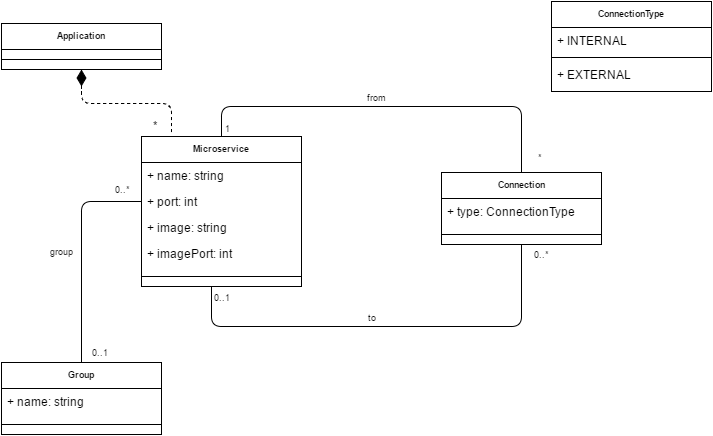
Before: docs/images/metamodel01-microservice-v2.png, a diagram exported from draw.io (dani8art/model-driven-microservices-generator). Source tidied: cells renumbered, new cells last; positions are measured from the earlier drawing's top-left corner, leaving out a move shared by most shapes. Its diagram source:
```xml
<mxGraphModel background="#ffffff">
  <root>
    <mxCell id="0" />
    <mxCell id="1" parent="0" />
    <mxCell id="2" value="Microservice" style="swimlane;html=1;fontStyle=1;align=center;verticalAlign=top;horizontal=1;startSize=26;swimlaneFillColor=#ffffff;fontFamily=Helvetica;fontSize=9;" parent="1" vertex="1">
      <mxGeometry x="140" y="135" width="160" height="150" as="geometry" />
    </mxCell>
    <mxCell id="3" value="+ name: string" style="text;html=1;strokeColor=none;fillColor=none;align=left;verticalAlign=top;spacingLeft=4;spacingRight=4;whiteSpace=wrap;overflow=hidden;" parent="2" vertex="1">
      <mxGeometry y="26" width="160" height="26" as="geometry" />
    </mxCell>
    <mxCell id="4" value="+ port: int" style="text;html=1;strokeColor=none;fillColor=none;align=left;verticalAlign=top;spacingLeft=4;spacingRight=4;whiteSpace=wrap;overflow=hidden;" parent="2" vertex="1">
      <mxGeometry y="52" width="160" height="26" as="geometry" />
    </mxCell>
    <mxCell id="5" value="+ image: string" style="text;html=1;strokeColor=none;fillColor=none;align=left;verticalAlign=top;spacingLeft=4;spacingRight=4;whiteSpace=wrap;overflow=hidden;" parent="2" vertex="1">
      <mxGeometry y="78" width="160" height="26" as="geometry" />
    </mxCell>
    <mxCell id="6" value="+ imagePort: int" style="text;html=1;strokeColor=none;fillColor=none;align=left;verticalAlign=top;spacingLeft=4;spacingRight=4;whiteSpace=wrap;overflow=hidden;" parent="2" vertex="1">
      <mxGeometry y="104" width="160" height="26" as="geometry" />
    </mxCell>
    <mxCell id="7" style="line;html=1;strokeWidth=1;fillColor=none;align=left;verticalAlign=middle;spacingTop=-1;spacingLeft=3;spacingRight=3;labelPosition=right;" parent="2" vertex="1">
      <mxGeometry y="130" width="160" height="20" as="geometry" />
    </mxCell>
    <mxCell id="8" value="+ name: string" style="text;html=1;strokeColor=none;fillColor=none;align=left;verticalAlign=top;spacingLeft=4;spacingRight=4;whiteSpace=wrap;overflow=hidden;points=[[0,0.5],[1,0.5]];portConstraint=eastwest;" parent="1" vertex="1">
      <mxGeometry x="140" y="161" width="160" height="26" as="geometry" />
    </mxCell>
    <mxCell id="9" value="+ port: int" style="text;html=1;strokeColor=none;fillColor=none;align=left;verticalAlign=top;spacingLeft=4;spacingRight=4;whiteSpace=wrap;overflow=hidden;points=[[0,0.5],[1,0.5]];portConstraint=eastwest;" parent="1" vertex="1">
      <mxGeometry x="140" y="187" width="160" height="26" as="geometry" />
    </mxCell>
    <mxCell id="10" value="+ image: string" style="text;html=1;strokeColor=none;fillColor=none;align=left;verticalAlign=top;spacingLeft=4;spacingRight=4;whiteSpace=wrap;overflow=hidden;" parent="1" vertex="1">
      <mxGeometry x="140" y="213" width="160" height="26" as="geometry" />
    </mxCell>
    <mxCell id="11" value="+ imagePort: int" style="text;html=1;strokeColor=none;fillColor=none;align=left;verticalAlign=top;spacingLeft=4;spacingRight=4;whiteSpace=wrap;overflow=hidden;" parent="1" vertex="1">
      <mxGeometry x="140" y="239" width="160" height="26" as="geometry" />
    </mxCell>
    <mxCell id="12" style="line;html=1;strokeWidth=1;fillColor=none;align=left;verticalAlign=middle;spacingTop=-1;spacingLeft=3;spacingRight=3;labelPosition=right;" parent="1" vertex="1">
      <mxGeometry x="140" y="265" width="160" height="20" as="geometry" />
    </mxCell>
    <mxCell id="13" value="Connection" style="swimlane;html=1;fontStyle=1;align=center;verticalAlign=top;horizontal=1;startSize=26;swimlaneFillColor=#ffffff;fontFamily=Helvetica;fontSize=9;" parent="1" vertex="1">
      <mxGeometry x="440" y="171" width="160" height="72" as="geometry" />
    </mxCell>
    <mxCell id="14" value="+ type: ConnectionType" style="text;html=1;strokeColor=none;fillColor=none;align=left;verticalAlign=top;spacingLeft=4;spacingRight=4;whiteSpace=wrap;overflow=hidden;" parent="13" vertex="1">
      <mxGeometry y="26" width="160" height="26" as="geometry" />
    </mxCell>
    <mxCell id="15" style="line;html=1;strokeWidth=1;fillColor=none;align=left;verticalAlign=middle;spacingTop=-1;spacingLeft=3;spacingRight=3;labelPosition=right;" parent="13" vertex="1">
      <mxGeometry y="52" width="160" height="20" as="geometry" />
    </mxCell>
    <mxCell id="16" value="+ type: ConnectionType" style="text;html=1;strokeColor=none;fillColor=none;align=left;verticalAlign=top;spacingLeft=4;spacingRight=4;whiteSpace=wrap;overflow=hidden;points=[[0,0.5],[1,0.5]];portConstraint=eastwest;" parent="1" vertex="1">
      <mxGeometry x="440" y="197" width="160" height="26" as="geometry" />
    </mxCell>
    <mxCell id="17" style="line;html=1;strokeWidth=1;fillColor=none;align=left;verticalAlign=middle;spacingTop=-1;spacingLeft=3;spacingRight=3;labelPosition=right;" parent="1" vertex="1">
      <mxGeometry x="440" y="223" width="160" height="20" as="geometry" />
    </mxCell>
    <mxCell id="18" style="endArrow=none;startArrow=none;endFill=0;startFill=0;html=1;strokeWidth=1;fontFamily=Helvetica;fontSize=9;entryX=0.5;entryY=1;" parent="1" edge="1" target="13">
      <mxGeometry x="280" y="298" as="geometry">
        <mxPoint x="210" y="285" as="sourcePoint" />
        <Array as="points">
          <mxPoint x="210" y="325" />
          <mxPoint x="520" y="325" />
        </Array>
      </mxGeometry>
    </mxCell>
    <mxCell id="19" value="0..*" style="text;html=1;align=center;verticalAlign=middle;labelBackgroundColor=#ffffff;fontSize=9;fontFamily=Helvetica;" parent="18" vertex="1">
      <mxGeometry x="0.94" y="-1" relative="1" as="geometry">
        <mxPoint x="19" y="-4" as="offset" />
      </mxGeometry>
    </mxCell>
    <mxCell id="20" value="0..1" style="text;html=1;align=center;verticalAlign=middle;labelBackgroundColor=#ffffff;fontSize=9;fontFamily=Helvetica;" parent="18" vertex="1">
      <mxGeometry x="-0.95" y="2" relative="1" as="geometry">
        <mxPoint x="8" as="offset" />
      </mxGeometry>
    </mxCell>
    <mxCell id="21" value="to" style="text;html=1;align=center;verticalAlign=middle;labelBackgroundColor=#ffffff;fontSize=9;fontFamily=Helvetica;" parent="18" vertex="1">
      <mxGeometry x="-0.1" y="-2" relative="1" as="geometry">
        <mxPoint x="5" y="-12" as="offset" />
      </mxGeometry>
    </mxCell>
    <mxCell id="22" value="0..*" style="text;html=1;align=center;verticalAlign=middle;labelBackgroundColor=#ffffff;fontSize=9;fontFamily=Helvetica;" parent="1" vertex="1">
      <mxGeometry x="540" y="252" as="geometry">
        <mxPoint x="19" y="-4" as="offset" />
      </mxGeometry>
    </mxCell>
    <mxCell id="23" value="0..1" style="text;html=1;align=center;verticalAlign=middle;labelBackgroundColor=#ffffff;fontSize=9;fontFamily=Helvetica;" parent="1" vertex="1">
      <mxGeometry x="220" y="295" as="geometry">
        <mxPoint x="8" as="offset" />
      </mxGeometry>
    </mxCell>
    <mxCell id="24" value="to" style="text;html=1;align=center;verticalAlign=middle;labelBackgroundColor=#ffffff;fontSize=9;fontFamily=Helvetica;" parent="1" vertex="1">
      <mxGeometry x="370" y="315" as="geometry">
        <mxPoint x="5" y="-12" as="offset" />
      </mxGeometry>
    </mxCell>
    <mxCell id="25" style="endArrow=none;startArrow=none;endFill=0;startFill=0;html=1;strokeWidth=1;fontFamily=Helvetica;fontSize=9;entryX=0.5;entryY=0;exitX=0.5;exitY=0;" parent="1" edge="1" source="2" target="13">
      <mxGeometry x="330" y="350" as="geometry">
        <Array as="points">
          <mxPoint x="220" y="105" />
          <mxPoint x="520" y="105" />
        </Array>
      </mxGeometry>
    </mxCell>
    <mxCell id="26" value="*" style="text;html=1;align=center;verticalAlign=middle;labelBackgroundColor=#ffffff;fontSize=9;fontFamily=Helvetica;" parent="25" vertex="1">
      <mxGeometry x="0.94" y="-1" relative="1" as="geometry">
        <mxPoint x="19" y="-4" as="offset" />
      </mxGeometry>
    </mxCell>
    <mxCell id="27" value="1" style="text;html=1;align=center;verticalAlign=middle;labelBackgroundColor=#ffffff;fontSize=9;fontFamily=Helvetica;" parent="25" vertex="1">
      <mxGeometry x="-0.95" y="2" relative="1" as="geometry">
        <mxPoint x="8" as="offset" />
      </mxGeometry>
    </mxCell>
    <mxCell id="28" value="from" style="text;html=1;align=center;verticalAlign=middle;labelBackgroundColor=#ffffff;fontSize=9;fontFamily=Helvetica;" parent="25" vertex="1">
      <mxGeometry x="-0.1" y="-2" relative="1" as="geometry">
        <mxPoint x="5" y="-12" as="offset" />
      </mxGeometry>
    </mxCell>
    <mxCell id="29" value="*" style="text;html=1;align=center;verticalAlign=middle;labelBackgroundColor=#ffffff;fontSize=9;fontFamily=Helvetica;" parent="1" vertex="1">
      <mxGeometry x="538" y="155" as="geometry">
        <mxPoint x="19" y="-4" as="offset" />
      </mxGeometry>
    </mxCell>
    <mxCell id="30" value="1" style="text;html=1;align=center;verticalAlign=middle;labelBackgroundColor=#ffffff;fontSize=9;fontFamily=Helvetica;" parent="1" vertex="1">
      <mxGeometry x="226" y="126" as="geometry">
        <mxPoint x="8" as="offset" />
      </mxGeometry>
    </mxCell>
    <mxCell id="31" value="from" style="text;html=1;align=center;verticalAlign=middle;labelBackgroundColor=#ffffff;fontSize=9;fontFamily=Helvetica;" parent="1" vertex="1">
      <mxGeometry x="374" y="95" as="geometry">
        <mxPoint x="5" y="-12" as="offset" />
      </mxGeometry>
    </mxCell>
    <mxCell id="32" value="ConnectionType" style="swimlane;html=1;fontStyle=1;align=center;verticalAlign=top;horizontal=1;startSize=26;swimlaneFillColor=#ffffff;fontFamily=Helvetica;fontSize=9;" parent="1" vertex="1">
      <mxGeometry x="550" width="160" height="90" as="geometry" />
    </mxCell>
    <mxCell id="33" value="+ INTERNAL" style="text;html=1;strokeColor=none;fillColor=none;align=left;verticalAlign=top;spacingLeft=4;spacingRight=4;whiteSpace=wrap;overflow=hidden;" parent="32" vertex="1">
      <mxGeometry y="26" width="160" height="26" as="geometry" />
    </mxCell>
    <mxCell id="34" style="line;html=1;strokeWidth=1;fillColor=none;align=left;verticalAlign=middle;spacingTop=-1;spacingLeft=3;spacingRight=3;labelPosition=right;" parent="32" vertex="1">
      <mxGeometry y="52" width="160" height="8" as="geometry" />
    </mxCell>
    <mxCell id="35" value="+ EXTERNAL" style="text;html=1;strokeColor=none;fillColor=none;align=left;verticalAlign=top;spacingLeft=4;spacingRight=4;whiteSpace=wrap;overflow=hidden;" parent="32" vertex="1">
      <mxGeometry y="60" width="160" height="26" as="geometry" />
    </mxCell>
    <mxCell id="36" value="+ INTERNAL" style="text;html=1;strokeColor=none;fillColor=none;align=left;verticalAlign=top;spacingLeft=4;spacingRight=4;whiteSpace=wrap;overflow=hidden;" parent="1" vertex="1">
      <mxGeometry x="550" y="26" width="160" height="26" as="geometry" />
    </mxCell>
    <mxCell id="37" style="line;html=1;strokeWidth=1;fillColor=none;align=left;verticalAlign=middle;spacingTop=-1;spacingLeft=3;spacingRight=3;labelPosition=right;" parent="1" vertex="1">
      <mxGeometry x="550" y="52" width="160" height="8" as="geometry" />
    </mxCell>
    <mxCell id="38" value="+ EXTERNAL" style="text;html=1;strokeColor=none;fillColor=none;align=left;verticalAlign=top;spacingLeft=4;spacingRight=4;whiteSpace=wrap;overflow=hidden;" parent="1" vertex="1">
      <mxGeometry x="550" y="60" width="160" height="26" as="geometry" />
    </mxCell>
    <mxCell id="39" value="Application" style="swimlane;html=1;fontStyle=1;align=center;verticalAlign=top;horizontal=1;startSize=26;swimlaneFillColor=#ffffff;fontFamily=Helvetica;fontSize=9;" parent="1" vertex="1">
      <mxGeometry y="22" width="160" height="46" as="geometry" />
    </mxCell>
    <mxCell id="40" style="line;html=1;strokeWidth=1;fillColor=none;align=left;verticalAlign=middle;spacingTop=-1;spacingLeft=3;spacingRight=3;labelPosition=right;" parent="39" vertex="1">
      <mxGeometry y="26" width="160" height="20" as="geometry" />
    </mxCell>
    <mxCell id="41" style="line;html=1;strokeWidth=1;fillColor=none;align=left;verticalAlign=middle;spacingTop=-1;spacingLeft=3;spacingRight=3;labelPosition=right;" parent="1" vertex="1">
      <mxGeometry y="48" width="160" height="20" as="geometry" />
    </mxCell>
    <mxCell id="42" value="*" style="endArrow=none;html=1;endSize=12;startArrow=diamondThin;startSize=14;startFill=1;edgeStyle=orthogonalEdgeStyle;align=left;verticalAlign=bottom;dashed=1;exitX=0.5;exitY=1;endFill=0;" parent="1" edge="1" source="39">
      <mxGeometry x="150" y="123" as="geometry">
        <mxPoint x="170" y="132" as="targetPoint" />
        <Array as="points">
          <mxPoint x="80" y="102" />
          <mxPoint x="170" y="102" />
        </Array>
      </mxGeometry>
    </mxCell>
    <mxCell id="43" value="Group" style="swimlane;html=1;fontStyle=1;align=center;verticalAlign=top;horizontal=1;startSize=26;swimlaneFillColor=#ffffff;fontFamily=Helvetica;fontSize=9;" parent="1" vertex="1">
      <mxGeometry y="361" width="160" height="72" as="geometry" />
    </mxCell>
    <mxCell id="44" value="+ name: string" style="text;html=1;strokeColor=none;fillColor=none;align=left;verticalAlign=top;spacingLeft=4;spacingRight=4;whiteSpace=wrap;overflow=hidden;" parent="43" vertex="1">
      <mxGeometry y="26" width="160" height="26" as="geometry" />
    </mxCell>
    <mxCell id="45" style="line;html=1;strokeWidth=1;fillColor=none;align=left;verticalAlign=middle;spacingTop=-1;spacingLeft=3;spacingRight=3;labelPosition=right;" parent="43" vertex="1">
      <mxGeometry y="52" width="160" height="20" as="geometry" />
    </mxCell>
    <mxCell id="46" value="+ name: string" style="text;html=1;strokeColor=none;fillColor=none;align=left;verticalAlign=top;spacingLeft=4;spacingRight=4;whiteSpace=wrap;overflow=hidden;" parent="1" vertex="1">
      <mxGeometry y="387" width="160" height="26" as="geometry" />
    </mxCell>
    <mxCell id="47" style="line;html=1;strokeWidth=1;fillColor=none;align=left;verticalAlign=middle;spacingTop=-1;spacingLeft=3;spacingRight=3;labelPosition=right;" parent="1" vertex="1">
      <mxGeometry y="413" width="160" height="20" as="geometry" />
    </mxCell>
    <mxCell id="48" style="endArrow=none;startArrow=none;endFill=0;startFill=0;html=1;strokeWidth=1;fontFamily=Helvetica;fontSize=9;entryX=0.5;entryY=0;exitX=0;exitY=0.5;" parent="1" edge="1" source="9" target="43">
      <mxGeometry x="250" y="370" as="geometry">
        <Array as="points">
          <mxPoint x="80" y="200" />
        </Array>
      </mxGeometry>
    </mxCell>
    <mxCell id="49" value="0..1" style="text;html=1;align=center;verticalAlign=middle;labelBackgroundColor=#ffffff;fontSize=9;fontFamily=Helvetica;" parent="48" vertex="1">
      <mxGeometry x="0.94" y="-1" relative="1" as="geometry">
        <mxPoint x="19" y="-4" as="offset" />
      </mxGeometry>
    </mxCell>
    <mxCell id="50" value="0..*" style="text;html=1;align=center;verticalAlign=middle;labelBackgroundColor=#ffffff;fontSize=9;fontFamily=Helvetica;" parent="48" vertex="1">
      <mxGeometry x="-0.95" y="2" relative="1" as="geometry">
        <mxPoint x="-14" y="-15" as="offset" />
      </mxGeometry>
    </mxCell>
    <mxCell id="51" value="group" style="text;html=1;align=center;verticalAlign=middle;labelBackgroundColor=#ffffff;fontSize=9;fontFamily=Helvetica;" parent="48" vertex="1">
      <mxGeometry x="-0.1" y="-2" relative="1" as="geometry">
        <mxPoint x="-18" y="9" as="offset" />
      </mxGeometry>
    </mxCell>
    <mxCell id="52" value="0..1" style="text;html=1;align=center;verticalAlign=middle;labelBackgroundColor=#ffffff;fontSize=9;fontFamily=Helvetica;" parent="1" vertex="1">
      <mxGeometry x="98" y="350" as="geometry">
        <mxPoint x="19" y="-4" as="offset" />
      </mxGeometry>
    </mxCell>
    <mxCell id="53" value="0..*" style="text;html=1;align=center;verticalAlign=middle;labelBackgroundColor=#ffffff;fontSize=9;fontFamily=Helvetica;" parent="1" vertex="1">
      <mxGeometry x="121" y="187" as="geometry">
        <mxPoint x="-14" y="-15" as="offset" />
      </mxGeometry>
    </mxCell>
    <mxCell id="54" value="group" style="text;html=1;align=center;verticalAlign=middle;labelBackgroundColor=#ffffff;fontSize=9;fontFamily=Helvetica;" parent="1" vertex="1">
      <mxGeometry x="60" y="249" as="geometry">
        <mxPoint x="-18" y="9" as="offset" />
      </mxGeometry>
    </mxCell>
  </root>
</mxGraphModel>
```
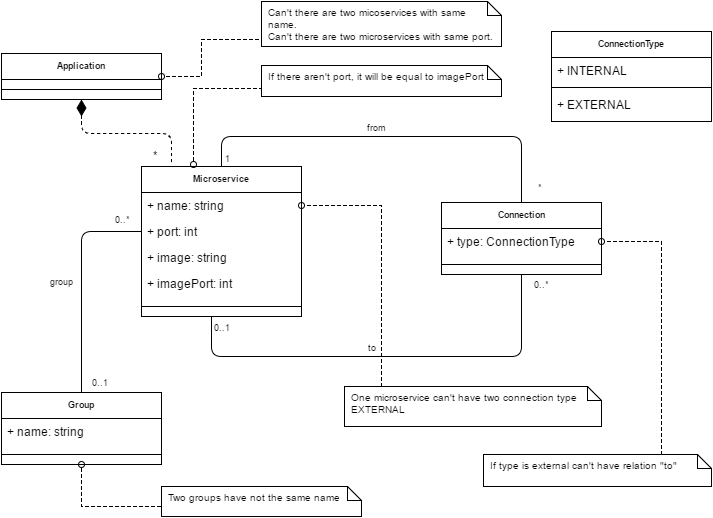
After the commit.

Commit message:
added meta01 restrictions

Change to the diagram source:
```diff
@@ -218,5 +218,57 @@
         <mxPoint x="-18" y="9" as="offset" />
       </mxGeometry>
     </mxCell>
+    <mxCell id="55" style="edgeStyle=orthogonalEdgeStyle;rounded=0;html=1;entryX=0.5;entryY=1;dashed=1;endArrow=oval;endFill=0;jettySize=auto;fontSize=10;exitX=0;exitY=0.5;" parent="1" edge="1" source="56" target="43">
+      <mxGeometry x="150" y="488" as="geometry">
+        <Array as="points">
+          <mxPoint x="80" y="475" />
+        </Array>
+      </mxGeometry>
+    </mxCell>
+    <mxCell id="56" value="Two groups have not the same name" style="shape=note;whiteSpace=wrap;html=1;size=14;verticalAlign=top;align=left;spacingTop=-6;strokeWidth=1;fontSize=10;perimeterSpacing=0;spacing=6;" parent="1" vertex="1">
+      <mxGeometry x="160" y="455" width="200" height="30" as="geometry" />
+    </mxCell>
+    <mxCell id="57" style="edgeStyle=orthogonalEdgeStyle;rounded=0;html=1;dashed=1;endArrow=oval;endFill=0;jettySize=auto;fontSize=10;exitX=0;exitY=0.5;" parent="1" edge="1" source="58">
+      <mxGeometry x="230" y="48" as="geometry">
+        <mxPoint x="160" y="45" as="targetPoint" />
+        <Array as="points">
+          <mxPoint x="200" y="8" />
+          <mxPoint x="200" y="45" />
+        </Array>
+      </mxGeometry>
+    </mxCell>
+    <mxCell id="58" value="Can't there are two micoservices with same name.&lt;div&gt;Can't there are two microservices with same port.&lt;/div&gt;" style="shape=note;whiteSpace=wrap;html=1;size=14;verticalAlign=top;align=left;spacingTop=-6;strokeWidth=1;fontSize=10;perimeterSpacing=0;spacing=6;" parent="1" vertex="1">
+      <mxGeometry x="260" y="-30" width="240" height="45" as="geometry" />
+    </mxCell>
+    <mxCell id="59" style="edgeStyle=orthogonalEdgeStyle;rounded=0;html=1;entryX=0.325;entryY=-0.013;entryPerimeter=0;dashed=1;endArrow=oval;endFill=0;jettySize=auto;fontSize=10;exitX=0;exitY=0.5;" parent="1" edge="1" source="60" target="2">
+      <mxGeometry x="262" y="105" as="geometry">
+        <Array as="points">
+          <mxPoint x="192" y="57" />
+        </Array>
+      </mxGeometry>
+    </mxCell>
+    <mxCell id="60" value="If there aren't port, it will be equal to imagePort" style="shape=note;whiteSpace=wrap;html=1;size=14;verticalAlign=top;align=left;spacingTop=-6;strokeWidth=1;fontSize=10;perimeterSpacing=0;spacing=6;" parent="1" vertex="1">
+      <mxGeometry x="260" y="34" width="240" height="31" as="geometry" />
+    </mxCell>
+    <mxCell id="61" style="edgeStyle=orthogonalEdgeStyle;rounded=0;html=1;entryX=1;entryY=0.5;dashed=1;endArrow=oval;endFill=0;jettySize=auto;fontSize=10;" parent="1" edge="1" source="62" target="8">
+      <mxGeometry x="370" y="229" as="geometry">
+        <Array as="points">
+          <mxPoint x="380" y="174" />
+        </Array>
+      </mxGeometry>
+    </mxCell>
+    <mxCell id="62" value="One microservice can't have two connection type EXTERNAL" style="shape=note;whiteSpace=wrap;html=1;size=14;verticalAlign=top;align=left;spacingTop=-6;strokeWidth=1;fontSize=10;perimeterSpacing=0;spacing=6;" parent="1" vertex="1">
+      <mxGeometry x="343" y="355" width="257" height="40" as="geometry" />
+    </mxCell>
+    <mxCell id="63" style="edgeStyle=orthogonalEdgeStyle;rounded=0;html=1;entryX=1;entryY=0.5;dashed=1;endArrow=oval;endFill=0;jettySize=auto;fontSize=10;" parent="1" edge="1" source="64" target="16">
+      <mxGeometry x="670" y="265" as="geometry">
+        <Array as="points">
+          <mxPoint x="660" y="210" />
+        </Array>
+      </mxGeometry>
+    </mxCell>
+    <mxCell id="64" value="If type is external can't have relation &quot;to&quot;" style="shape=note;whiteSpace=wrap;html=1;size=14;verticalAlign=top;align=left;spacingTop=-6;strokeWidth=1;fontSize=10;perimeterSpacing=0;spacing=6;" parent="1" vertex="1">
+      <mxGeometry x="482" y="423" width="228" height="32" as="geometry" />
+    </mxCell>
   </root>
 </mxGraphModel>
```
